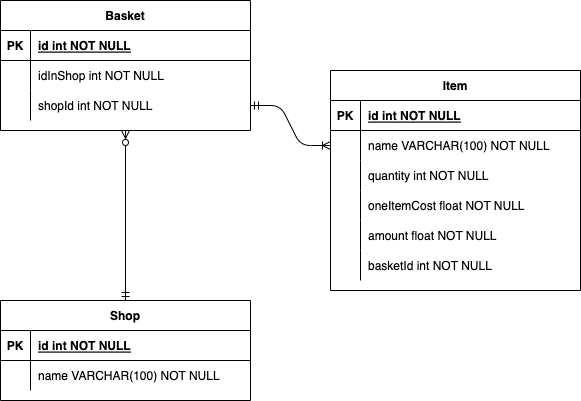
The draw.io diagram ER_диаграмма_БД.png in DbnStr/diplom_work, before a commit. Source tidied: cells renumbered, new cells last; positions are measured from the earlier drawing's top-left corner, leaving out a move shared by most shapes.
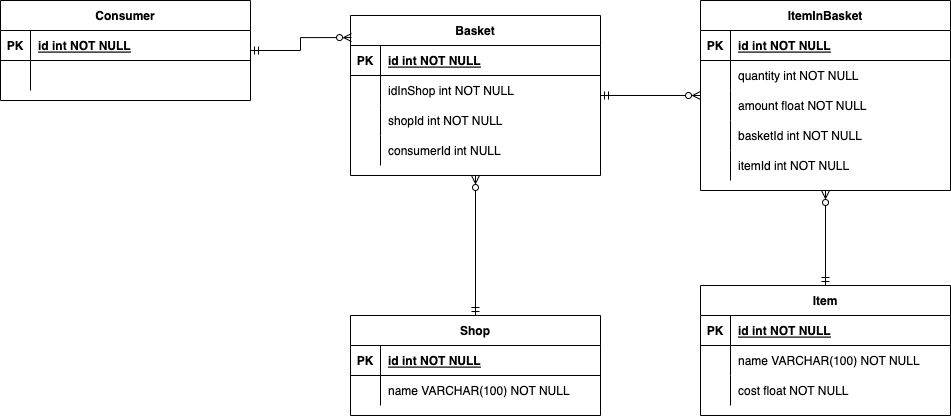
Later version of the same file.

Commit message:
added Consumer and Item List

What changed in the source:
```diff
@@ -2,11 +2,11 @@
   <root>
     <mxCell id="0" />
     <mxCell id="1" parent="0" />
-    <mxCell id="2" style="edgeStyle=entityRelationEdgeStyle;endArrow=ERoneToMany;startArrow=ERmandOne;endFill=0;startFill=0;exitX=1;exitY=0.5;exitDx=0;exitDy=0;" parent="1" edge="1" source="29" target="7">
+    <mxCell id="2" style="edgeStyle=entityRelationEdgeStyle;endArrow=ERoneToMany;startArrow=ERmandOne;endFill=0;startFill=0;exitX=1;exitY=0.5;exitDx=0;exitDy=0;" parent="1" edge="1" source="29" target="x">
       <mxGeometry relative="1" as="geometry" />
     </mxCell>
-    <mxCell id="3" value="Item" style="shape=table;startSize=30;rowLines=0;fontStyle=1;align=center;" parent="1" vertex="1">
-      <mxGeometry x="330" y="70" width="250" height="220" as="geometry" />
+    <mxCell id="3" value="ItemInBasket" style="shape=table;startSize=30;rowLines=0;fontStyle=1;align=center;" parent="1" vertex="1">
+      <mxGeometry x="350" y="-15" width="250" height="190" as="geometry" />
     </mxCell>
     <mxCell id="4" style="shape=partialRectangle;fillColor=none;top=0;left=0;right=0;bottom=1;" parent="3" vertex="1">
       <mxGeometry y="30" width="250" height="30" as="geometry" />
@@ -17,17 +17,8 @@
     <mxCell id="6" value="id int NOT NULL " style="shape=partialRectangle;overflow=hidden;fillColor=none;top=0;left=0;bottom=0;right=0;align=left;spacingLeft=6;fontStyle=5;" parent="4" vertex="1">
       <mxGeometry x="30" width="220" height="30" as="geometry" />
     </mxCell>
-    <mxCell id="7" style="shape=partialRectangle;fillColor=none;points=[[0,0.5],[1,0.5]];portConstraint=eastwest;top=0;left=0;right=0;bottom=0;" parent="3" vertex="1">
-      <mxGeometry y="60" width="250" height="30" as="geometry" />
-    </mxCell>
-    <mxCell id="8" style="shape=partialRectangle;overflow=hidden;fillColor=none;top=0;left=0;bottom=0;right=0;" parent="7" vertex="1">
-      <mxGeometry width="30" height="30" as="geometry" />
-    </mxCell>
-    <mxCell id="9" value="name VARCHAR(100) NOT NULL" style="shape=partialRectangle;overflow=hidden;fillColor=none;top=0;left=0;bottom=0;right=0;align=left;spacingLeft=6;" parent="7" vertex="1">
-      <mxGeometry x="30" width="220" height="30" as="geometry" />
-    </mxCell>
     <mxCell id="10" style="shape=partialRectangle;fillColor=none;top=0;left=0;right=0;bottom=0;" parent="3" vertex="1">
-      <mxGeometry y="90" width="250" height="30" as="geometry" />
+      <mxGeometry y="60" width="250" height="30" as="geometry" />
     </mxCell>
     <mxCell id="11" style="shape=partialRectangle;overflow=hidden;fillColor=none;top=0;left=0;bottom=0;right=0;" parent="10" vertex="1">
       <mxGeometry width="30" height="30" as="geometry" />
@@ -35,17 +26,8 @@
     <mxCell id="12" value="quantity int NOT NULL" style="shape=partialRectangle;overflow=hidden;fillColor=none;top=0;left=0;bottom=0;right=0;align=left;spacingLeft=6;" parent="10" vertex="1">
       <mxGeometry x="30" width="220" height="30" as="geometry" />
     </mxCell>
-    <mxCell id="13" style="shape=partialRectangle;fillColor=none;top=0;left=0;right=0;bottom=0;" parent="3" vertex="1">
-      <mxGeometry y="120" width="250" height="30" as="geometry" />
-    </mxCell>
-    <mxCell id="14" style="shape=partialRectangle;overflow=hidden;fillColor=none;top=0;left=0;bottom=0;right=0;" parent="13" vertex="1">
-      <mxGeometry width="30" height="30" as="geometry" />
-    </mxCell>
-    <mxCell id="15" value="oneItemCost float NOT NULL" style="shape=partialRectangle;overflow=hidden;fillColor=none;top=0;left=0;bottom=0;right=0;align=left;spacingLeft=6;" parent="13" vertex="1">
-      <mxGeometry x="30" width="220" height="30" as="geometry" />
-    </mxCell>
     <mxCell id="16" style="shape=partialRectangle;fillColor=none;top=0;left=0;right=0;bottom=0;" parent="3" vertex="1">
-      <mxGeometry y="150" width="250" height="30" as="geometry" />
+      <mxGeometry y="90" width="250" height="30" as="geometry" />
     </mxCell>
     <mxCell id="17" style="shape=partialRectangle;overflow=hidden;fillColor=none;top=0;left=0;bottom=0;right=0;" parent="16" vertex="1">
       <mxGeometry width="30" height="30" as="geometry" />
@@ -54,7 +36,7 @@
       <mxGeometry x="30" width="220" height="30" as="geometry" />
     </mxCell>
     <mxCell id="19" style="shape=partialRectangle;fillColor=none;top=0;left=0;right=0;bottom=0;" parent="3" vertex="1">
-      <mxGeometry y="180" width="250" height="30" as="geometry" />
+      <mxGeometry y="120" width="250" height="30" as="geometry" />
     </mxCell>
     <mxCell id="20" style="shape=partialRectangle;overflow=hidden;fillColor=none;top=0;left=0;bottom=0;right=0;" parent="19" vertex="1">
       <mxGeometry width="30" height="30" as="geometry" />
@@ -62,8 +44,20 @@
     <mxCell id="21" value="basketId int NOT NULL" style="shape=partialRectangle;overflow=hidden;fillColor=none;top=0;left=0;bottom=0;right=0;align=left;spacingLeft=6;" parent="19" vertex="1">
       <mxGeometry x="30" width="220" height="30" as="geometry" />
     </mxCell>
+    <mxCell id="40" style="shape=partialRectangle;fillColor=none;top=0;left=0;right=0;bottom=0;" parent="3" vertex="1">
+      <mxGeometry y="150" width="250" height="30" as="geometry" />
+    </mxCell>
+    <mxCell id="41" style="shape=partialRectangle;overflow=hidden;fillColor=none;top=0;left=0;bottom=0;right=0;" parent="40" vertex="1">
+      <mxGeometry width="30" height="30" as="geometry" />
+    </mxCell>
+    <mxCell id="42" value="itemId int NOT NULL" style="shape=partialRectangle;overflow=hidden;fillColor=none;top=0;left=0;bottom=0;right=0;align=left;spacingLeft=6;" parent="40" vertex="1">
+      <mxGeometry x="30" width="220" height="30" as="geometry" />
+    </mxCell>
+    <mxCell id="43" style="edgeStyle=orthogonalEdgeStyle;rounded=0;jettySize=auto;html=1;startArrow=ERmandOne;startFill=0;endArrow=ERzeroToMany;endFill=0;" parent="1" edge="1" source="22" target="3">
+      <mxGeometry relative="1" as="geometry" />
+    </mxCell>
     <mxCell id="22" value="Basket" style="shape=table;startSize=30;rowLines=0;fontStyle=1;align=center;" parent="1" vertex="1">
-      <mxGeometry width="250" height="130" as="geometry" />
+      <mxGeometry width="250" height="160" as="geometry" />
     </mxCell>
     <mxCell id="23" style="shape=partialRectangle;fillColor=none;top=0;left=0;right=0;bottom=1;" parent="22" vertex="1">
       <mxGeometry y="30" width="250" height="30" as="geometry" />
@@ -92,6 +86,15 @@
     <mxCell id="31" value="shopId int NOT NULL" style="shape=partialRectangle;overflow=hidden;fillColor=none;top=0;left=0;bottom=0;right=0;align=left;spacingLeft=6;" parent="29" vertex="1">
       <mxGeometry x="30" width="220" height="30" as="geometry" />
     </mxCell>
+    <mxCell id="13" style="shape=partialRectangle;fillColor=none;top=0;left=0;right=0;bottom=0;" parent="22" vertex="1">
+      <mxGeometry y="120" width="250" height="30" as="geometry" />
+    </mxCell>
+    <mxCell id="44" style="shape=partialRectangle;overflow=hidden;fillColor=none;top=0;left=0;bottom=0;right=0;" parent="13" vertex="1">
+      <mxGeometry width="30" height="30" as="geometry" />
+    </mxCell>
+    <mxCell id="45" value="consumerId int NULL" style="shape=partialRectangle;overflow=hidden;fillColor=none;top=0;left=0;bottom=0;right=0;align=left;spacingLeft=6;" parent="13" vertex="1">
+      <mxGeometry x="30" width="220" height="30" as="geometry" />
+    </mxCell>
     <mxCell id="32" style="edgeStyle=orthogonalEdgeStyle;rounded=0;jettySize=auto;html=1;entryX=0.5;entryY=1;entryDx=0;entryDy=0;startArrow=ERmandOne;startFill=0;endArrow=ERzeroToMany;endFill=0;" parent="1" edge="1" source="33" target="22">
       <mxGeometry relative="1" as="geometry" />
     </mxCell>
@@ -116,5 +119,62 @@
     <mxCell id="39" value="name VARCHAR(100) NOT NULL" style="shape=partialRectangle;overflow=hidden;fillColor=none;top=0;left=0;bottom=0;right=0;align=left;spacingLeft=6;" parent="37" vertex="1">
       <mxGeometry x="30" width="220" height="30" as="geometry" />
     </mxCell>
+    <mxCell id="46" style="edgeStyle=orthogonalEdgeStyle;rounded=0;jettySize=auto;html=1;entryX=0.004;entryY=0.138;entryDx=0;entryDy=0;entryPerimeter=0;startArrow=ERmandOne;startFill=0;endArrow=ERzeroToMany;endFill=0;" parent="1" edge="1" source="47" target="22">
+      <mxGeometry relative="1" as="geometry" />
+    </mxCell>
+    <mxCell id="47" value="Consumer" style="shape=table;startSize=30;rowLines=0;fontStyle=1;align=center;" parent="1" vertex="1">
+      <mxGeometry x="-350" y="-15" width="250" height="100" as="geometry" />
+    </mxCell>
+    <mxCell id="48" style="shape=partialRectangle;fillColor=none;top=0;left=0;right=0;bottom=1;" parent="47" vertex="1">
+      <mxGeometry y="30" width="250" height="30" as="geometry" />
+    </mxCell>
+    <mxCell id="49" value="PK" style="shape=partialRectangle;overflow=hidden;fillColor=none;top=0;left=0;bottom=0;right=0;fontStyle=1;" parent="48" vertex="1">
+      <mxGeometry width="30" height="30" as="geometry" />
+    </mxCell>
+    <mxCell id="50" value="id int NOT NULL " style="shape=partialRectangle;overflow=hidden;fillColor=none;top=0;left=0;bottom=0;right=0;align=left;spacingLeft=6;fontStyle=5;" parent="48" vertex="1">
+      <mxGeometry x="30" width="220" height="30" as="geometry" />
+    </mxCell>
+    <mxCell id="51" style="shape=partialRectangle;fillColor=none;top=0;left=0;right=0;bottom=0;" parent="47" vertex="1">
+      <mxGeometry y="60" width="250" height="30" as="geometry" />
+    </mxCell>
+    <mxCell id="52" style="shape=partialRectangle;overflow=hidden;fillColor=none;top=0;left=0;bottom=0;right=0;" parent="51" vertex="1">
+      <mxGeometry width="30" height="30" as="geometry" />
+    </mxCell>
+    <mxCell id="53" style="shape=partialRectangle;overflow=hidden;fillColor=none;top=0;left=0;bottom=0;right=0;align=left;spacingLeft=6;" parent="51" vertex="1">
+      <mxGeometry x="30" width="220" height="30" as="geometry" />
+    </mxCell>
+    <mxCell id="54" style="edgeStyle=orthogonalEdgeStyle;rounded=0;jettySize=auto;html=1;startArrow=ERmandOne;startFill=0;endArrow=ERzeroToMany;endFill=0;" parent="1" edge="1" source="55" target="3">
+      <mxGeometry relative="1" as="geometry" />
+    </mxCell>
+    <mxCell id="55" value="Item" style="shape=table;startSize=30;rowLines=0;fontStyle=1;align=center;" parent="1" vertex="1">
+      <mxGeometry x="350" y="270" width="250" height="130" as="geometry" />
+    </mxCell>
+    <mxCell id="56" style="shape=partialRectangle;fillColor=none;top=0;left=0;right=0;bottom=1;" parent="55" vertex="1">
+      <mxGeometry y="30" width="250" height="30" as="geometry" />
+    </mxCell>
+    <mxCell id="57" value="PK" style="shape=partialRectangle;overflow=hidden;fillColor=none;top=0;left=0;bottom=0;right=0;fontStyle=1;" parent="56" vertex="1">
+      <mxGeometry width="30" height="30" as="geometry" />
+    </mxCell>
+    <mxCell id="58" value="id int NOT NULL " style="shape=partialRectangle;overflow=hidden;fillColor=none;top=0;left=0;bottom=0;right=0;align=left;spacingLeft=6;fontStyle=5;" parent="56" vertex="1">
+      <mxGeometry x="30" width="220" height="30" as="geometry" />
+    </mxCell>
+    <mxCell id="59" style="shape=partialRectangle;fillColor=none;top=0;left=0;right=0;bottom=0;" parent="55" vertex="1">
+      <mxGeometry y="60" width="250" height="30" as="geometry" />
+    </mxCell>
+    <mxCell id="60" style="shape=partialRectangle;overflow=hidden;fillColor=none;top=0;left=0;bottom=0;right=0;" parent="59" vertex="1">
+      <mxGeometry width="30" height="30" as="geometry" />
+    </mxCell>
+    <mxCell id="9" value="name VARCHAR(100) NOT NULL" style="shape=partialRectangle;overflow=hidden;fillColor=none;top=0;left=0;bottom=0;right=0;align=left;spacingLeft=6;" parent="59" vertex="1">
+      <mxGeometry x="30" width="220" height="30" as="geometry" />
+    </mxCell>
+    <mxCell id="61" style="shape=partialRectangle;fillColor=none;top=0;left=0;right=0;bottom=0;" parent="55" vertex="1">
+      <mxGeometry y="90" width="250" height="30" as="geometry" />
+    </mxCell>
+    <mxCell id="62" style="shape=partialRectangle;overflow=hidden;fillColor=none;top=0;left=0;bottom=0;right=0;" parent="61" vertex="1">
+      <mxGeometry width="30" height="30" as="geometry" />
+    </mxCell>
+    <mxCell id="63" value="cost float NOT NULL" style="shape=partialRectangle;overflow=hidden;fillColor=none;top=0;left=0;bottom=0;right=0;align=left;spacingLeft=6;" parent="61" vertex="1">
+      <mxGeometry x="30" width="220" height="30" as="geometry" />
+    </mxCell>
   </root>
 </mxGraphModel>
```
